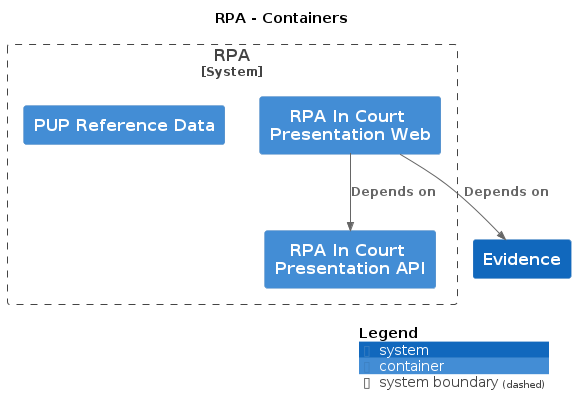
The PlantUML diagram docs/c4/rpa/images/structurizr-rpa-overview.png in hmcts/cnp-api-docs, before a commit. Its diagram source:
```plantuml
@startuml
title RPA - Containers

top to bottom direction

!include https://raw.githubusercontent.com/plantuml-stdlib/C4-PlantUML/master/C4.puml
!include https://raw.githubusercontent.com/plantuml-stdlib/C4-PlantUML/master/C4_Context.puml
!include https://raw.githubusercontent.com/plantuml-stdlib/C4-PlantUML/master/C4_Container.puml

System(Evidence, "Evidence", "", $tags="")

System_Boundary("RPA_boundary", "RPA") {
  Container(RPA.RPAInCourtPresentationAPI, "RPA In Court Presentation API", "", $tags="")
  Container(RPA.RPAInCourtPresentationWeb, "RPA In Court Presentation Web", "", $tags="")
  Container(RPA.PUPReferenceData, "PUP Reference Data", "", $tags="")
}

Rel_D(RPA.RPAInCourtPresentationWeb, RPA.RPAInCourtPresentationAPI, "Depends on", $tags="")
Rel_D(RPA.RPAInCourtPresentationWeb, Evidence, "Depends on", $tags="")

SHOW_DYNAMIC_LEGEND()
@enduml
```
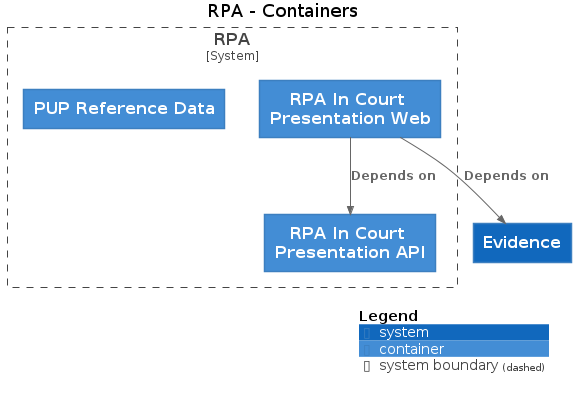
After the change.

Change to the diagram source:
```diff
@@ -3,20 +3,20 @@
 
 top to bottom direction
 
-!include https://raw.githubusercontent.com/plantuml-stdlib/C4-PlantUML/master/C4.puml
-!include https://raw.githubusercontent.com/plantuml-stdlib/C4-PlantUML/master/C4_Context.puml
-!include https://raw.githubusercontent.com/plantuml-stdlib/C4-PlantUML/master/C4_Container.puml
+!includeurl https://raw.githubusercontent.com/plantuml-stdlib/C4-PlantUML/master/C4.puml
+!includeurl https://raw.githubusercontent.com/plantuml-stdlib/C4-PlantUML/master/C4_Context.puml
+!includeurl https://raw.githubusercontent.com/plantuml-stdlib/C4-PlantUML/master/C4_Container.puml
 
-System(Evidence, "Evidence", "", $tags="")
+System(Evidence, "Evidence", "")
 
 System_Boundary("RPA_boundary", "RPA") {
-  Container(RPA.RPAInCourtPresentationAPI, "RPA In Court Presentation API", "", $tags="")
-  Container(RPA.RPAInCourtPresentationWeb, "RPA In Court Presentation Web", "", $tags="")
-  Container(RPA.PUPReferenceData, "PUP Reference Data", "", $tags="")
+  Container(RPA.RPAInCourtPresentationAPI, "RPA In Court Presentation API", "")
+  Container(RPA.RPAInCourtPresentationWeb, "RPA In Court Presentation Web", "")
+  Container(RPA.PUPReferenceData, "PUP Reference Data", "")
 }
 
-Rel_D(RPA.RPAInCourtPresentationWeb, RPA.RPAInCourtPresentationAPI, "Depends on", $tags="")
-Rel_D(RPA.RPAInCourtPresentationWeb, Evidence, "Depends on", $tags="")
+Rel_D(RPA.RPAInCourtPresentationWeb, RPA.RPAInCourtPresentationAPI, "Depends on")
+Rel_D(RPA.RPAInCourtPresentationWeb, Evidence, "Depends on")
 
 SHOW_DYNAMIC_LEGEND()
 @enduml
```
